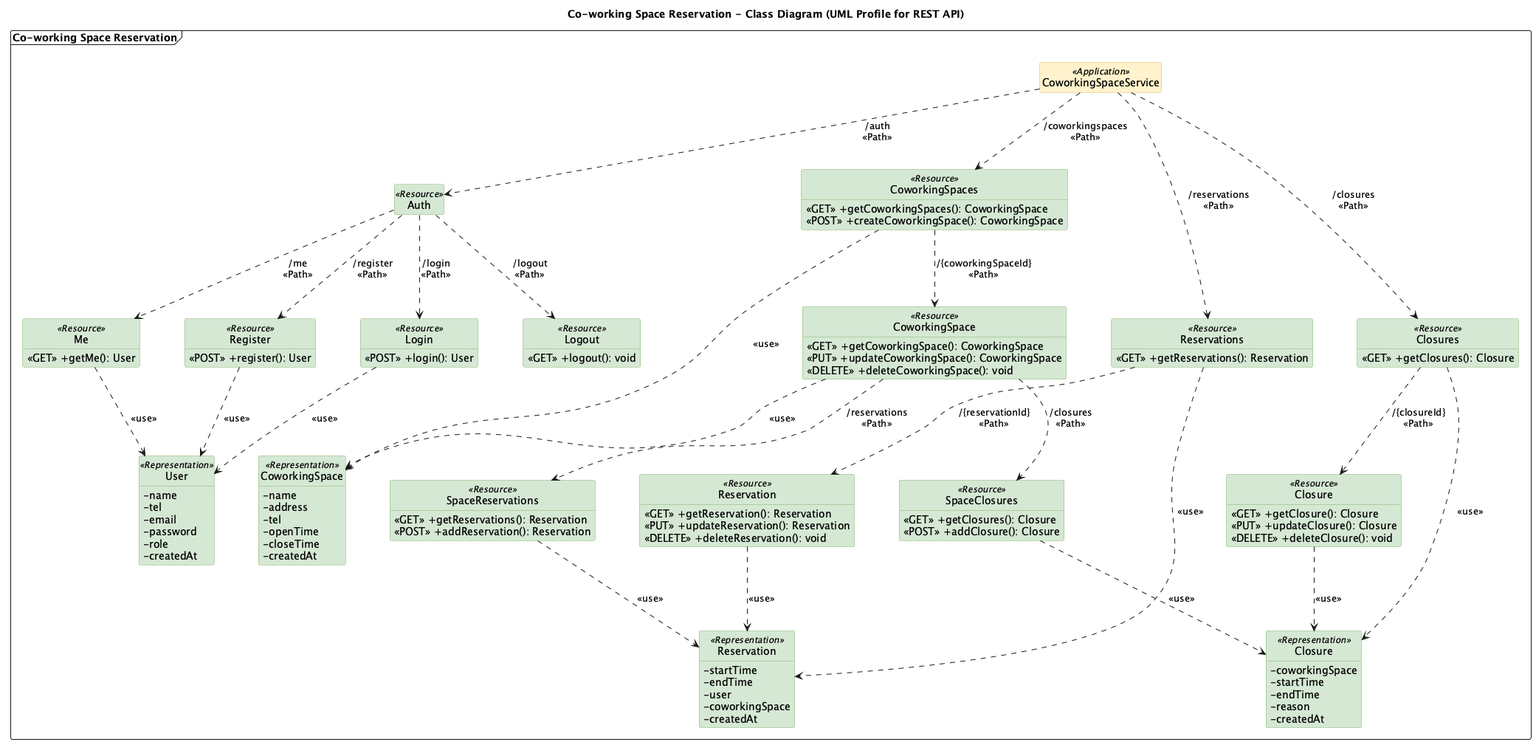
This is docs/diagrams/png/class.png from TonBoonchai/Co-working-Space-Reservation, a PlantUML export, as it was before one commit. Its diagram source:
```plantuml
@startuml
title Co-working Space Reservation - Class Diagram (UML Profile for REST API)
skinparam classAttributeIconSize 0
skinparam linetype ortho
skinparam nodesep 60
skinparam ranksep 70
hide circle
hide empty members
skinparam class {
  BackgroundColor<<Application>> #FFF2CC
  BorderColor<<Application>> #D6B656
  BackgroundColor<<Resource>> #D5E8D4
  BorderColor<<Resource>> #82B366
  BackgroundColor<<Representation>> #D5E8D4
  BorderColor<<Representation>> #82B366
}

package "Co-working Space Reservation" <<Frame>> {

  class "CoworkingSpaceService" as App <<Application>>

  class "Auth" as Auth <<Resource>>
  class "Register" as Register <<Resource>> {
    <<POST>> +register(): User
  }
  class "Login" as Login <<Resource>> {
    <<POST>> +login(): User
  }
  class "Me" as Me <<Resource>> {
    <<GET>> +getMe(): User
  }
  class "Logout" as Logout <<Resource>> {
    <<GET>> +logout(): void
  }

  class "CoworkingSpaces" as Spaces <<Resource>> {
    <<GET>> +getCoworkingSpaces(): CoworkingSpace
    <<POST>> +createCoworkingSpace(): CoworkingSpace
  }
  class "CoworkingSpace" as Space <<Resource>> {
    <<GET>> +getCoworkingSpace(): CoworkingSpace
    <<PUT>> +updateCoworkingSpace(): CoworkingSpace
    <<DELETE>> +deleteCoworkingSpace(): void
  }
  class "SpaceReservations" as SpaceResvs <<Resource>> {
    <<GET>> +getReservations(): Reservation
    <<POST>> +addReservation(): Reservation
  }
  class "SpaceClosures" as SpaceClosures <<Resource>> {
    <<GET>> +getClosures(): Closure
    <<POST>> +addClosure(): Closure
  }

  class "Reservations" as Resvs <<Resource>> {
    <<GET>> +getReservations(): Reservation
  }
  class "Reservation" as Resv <<Resource>> {
    <<GET>> +getReservation(): Reservation
    <<PUT>> +updateReservation(): Reservation
    <<DELETE>> +deleteReservation(): void
  }

  class "Closures" as Closures <<Resource>> {
    <<GET>> +getClosures(): Closure
  }
  class "Closure" as Closure <<Resource>> {
    <<GET>> +getClosure(): Closure
    <<PUT>> +updateClosure(): Closure
    <<DELETE>> +deleteClosure(): void
  }

  class "User" as UserRep <<Representation>> {
    -name
    -tel
    -email
    -password
    -role
    -createdAt
  }
  class "CoworkingSpace" as SpaceRep <<Representation>> {
    -name
    -address
    -tel
    -openTime
    -closeTime
    -createdAt
  }
  class "Reservation" as ResvRep <<Representation>> {
    -startTime
    -endTime
    -user
    -coworkingSpace
    -createdAt
  }
  class "Closure" as ClosureRep <<Representation>> {
    -coworkingSpace
    -startTime
    -endTime
    -reason
    -createdAt
  }

  App ..> Auth : "/auth\n<<Path>>"
  Auth ..> Register : "/register\n<<Path>>"
  Auth ..> Login : "/login\n<<Path>>"
  Auth ..> Me : "/me\n<<Path>>"
  Auth ..> Logout : "/logout\n<<Path>>"

  App ..> Spaces : "/coworkingspaces\n<<Path>>"
  Spaces ..> Space : "/{coworkingSpaceId}\n<<Path>>"
  Space ..> SpaceResvs : "/reservations\n<<Path>>"
  Space ..> SpaceClosures : "/closures\n<<Path>>"

  App ..> Resvs : "/reservations\n<<Path>>"
  Resvs ..> Resv : "/{reservationId}\n<<Path>>"

  App ..> Closures : "/closures\n<<Path>>"
  Closures ..> Closure : "/{closureId}\n<<Path>>"

  Register ..> UserRep : <<use>>
  Login ..> UserRep : <<use>>
  Me ..> UserRep : <<use>>
  Spaces ..> SpaceRep : <<use>>
  Space ..> SpaceRep : <<use>>
  SpaceResvs ..> ResvRep : <<use>>
  Resvs ..> ResvRep : <<use>>
  Resv ..> ResvRep : <<use>>
  SpaceClosures ..> ClosureRep : <<use>>
  Closures ..> ClosureRep : <<use>>
  Closure ..> ClosureRep : <<use>>
}
@enduml
```
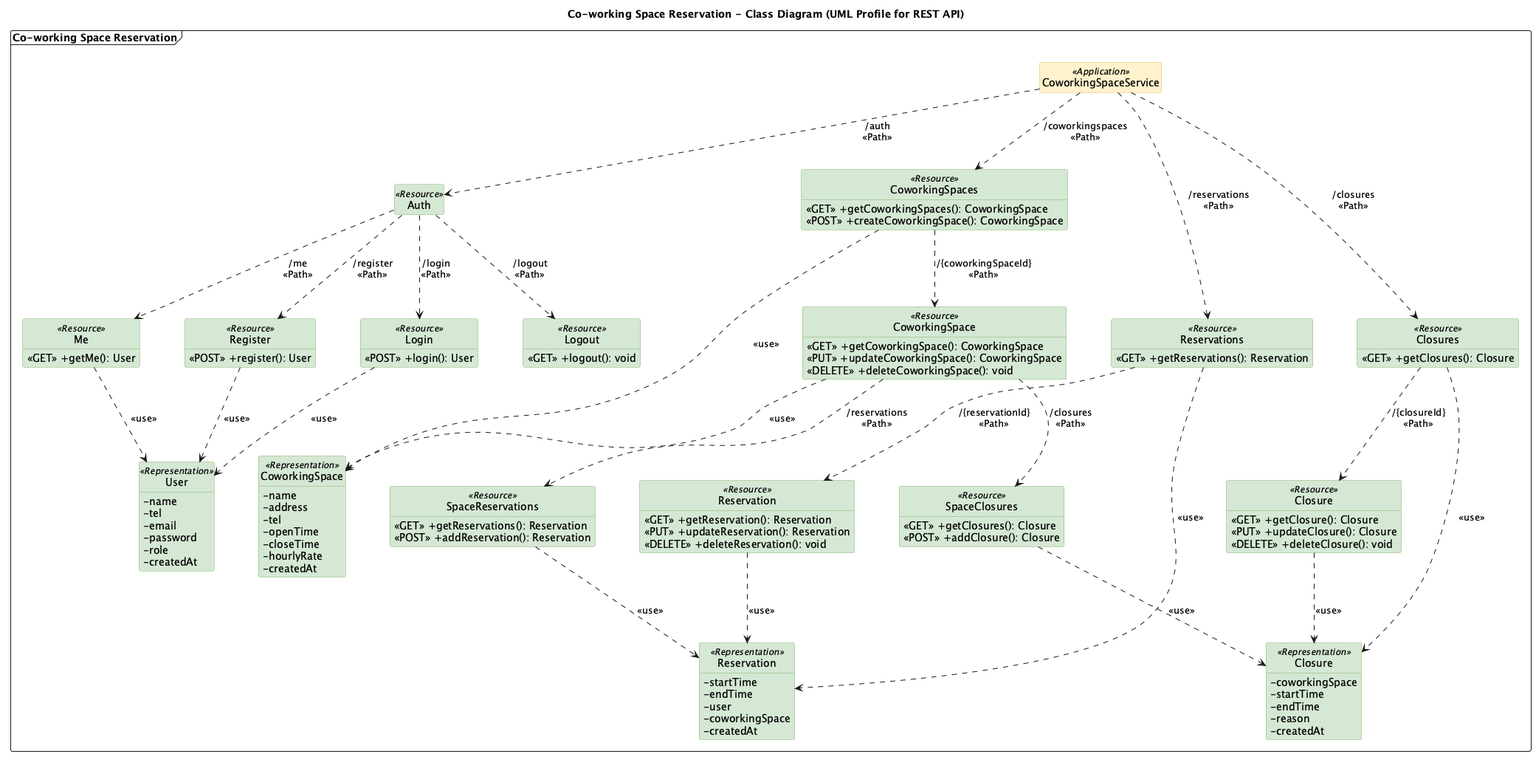
After the commit.

Commit message:
docs: render diagrams with the hourly rate

What changed in the source:
```diff
@@ -83,6 +83,7 @@
     -tel
     -openTime
     -closeTime
+    -hourlyRate
     -createdAt
   }
   class "Reservation" as ResvRep <<Representation>> {
```
